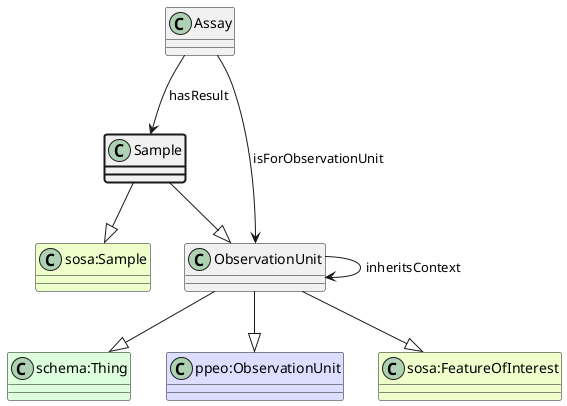
Above: ttl_uml/ttl_appn_Sample.png in aus-plant-phenomics-network/appn-schema (PlantUML), before the change.
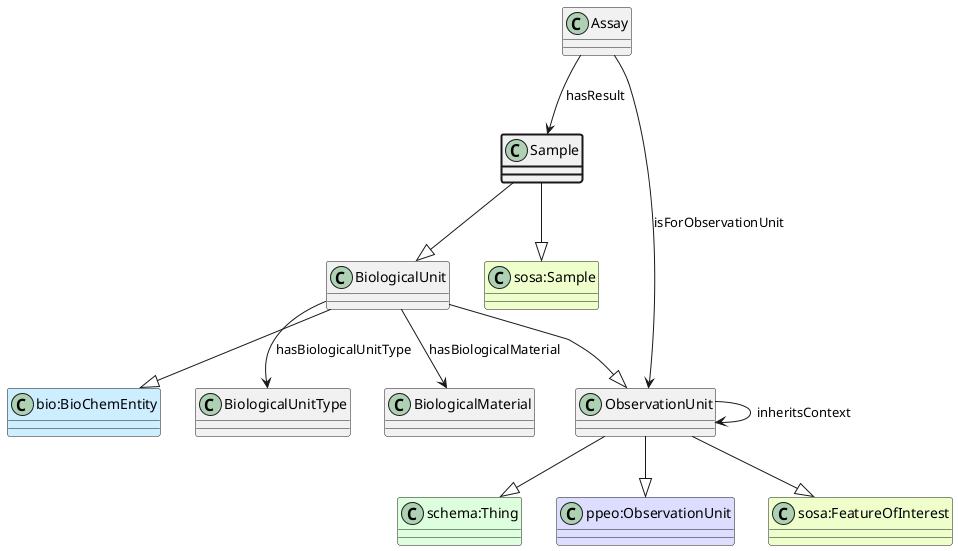
After the change.

Commit message:
Sample as subclass of BiologicalUnit

Diff of the diagram source:
```diff
@@ -2,6 +2,7 @@
 class Sample  #line.bold
 class "sosa:Sample" #EEFFCC
 Sample --|> "sosa:Sample"
+class BiologicalUnit
 class ObservationUnit
 class "schema:Thing" #DDFFDD
 ObservationUnit --|> "schema:Thing"
@@ -13,7 +14,14 @@
 Assay --> ObservationUnit : isForObservationUnit
 class ObservationUnit
 ObservationUnit --> ObservationUnit : inheritsContext
-Sample --|> ObservationUnit
+BiologicalUnit --|> ObservationUnit
+class "bio:BioChemEntity" #CCEEFF
+BiologicalUnit --|> "bio:BioChemEntity"
+class BiologicalUnitType
+BiologicalUnit --> BiologicalUnitType : hasBiologicalUnitType
+class BiologicalMaterial
+BiologicalUnit --> BiologicalMaterial : hasBiologicalMaterial
+Sample --|> BiologicalUnit
 class Assay
 Assay --> Sample : hasResult
 @enduml
```
